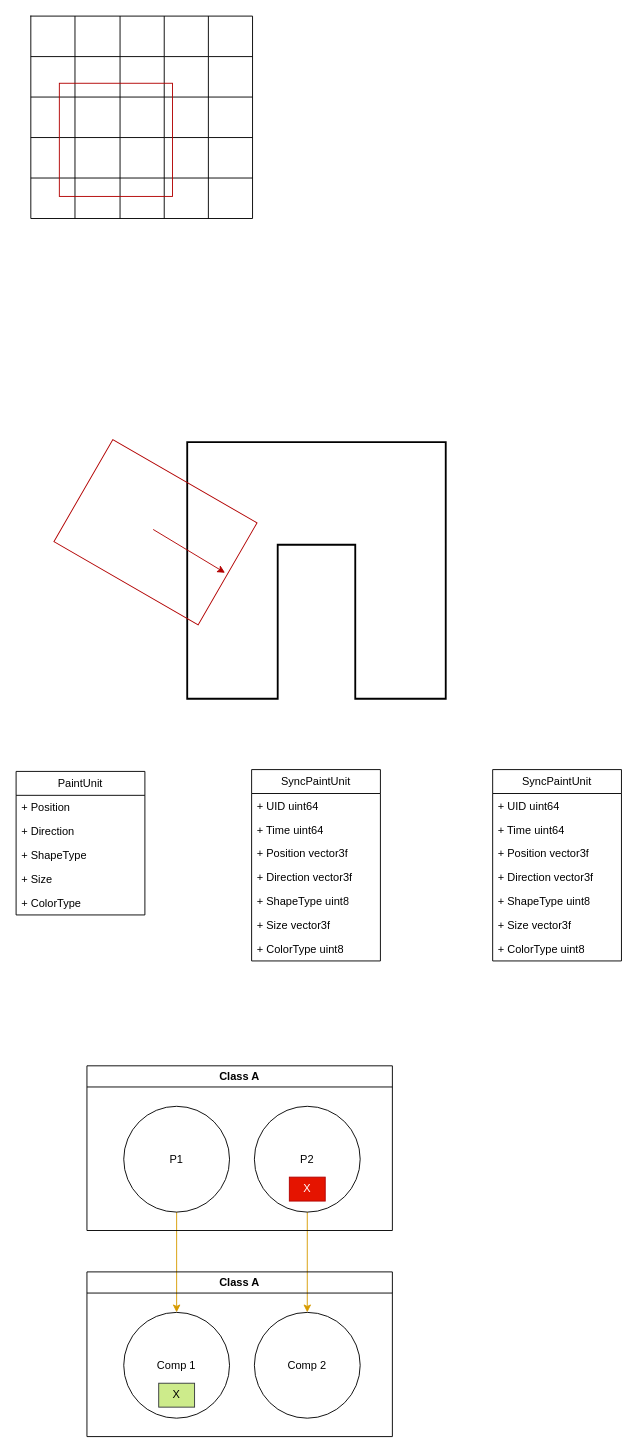
Before: 涂鸦乱斗.drawio in uniHk/UniverseofHK.github.io, a draw.io diagram. Source tidied: cells renumbered, new cells numbered last; positions are measured from the earlier drawing's top-left corner, leaving out a move shared by most shapes. Both pictures are drawn from the tidied source at 92%, with x=0, y=0 at pixel (16, 16).
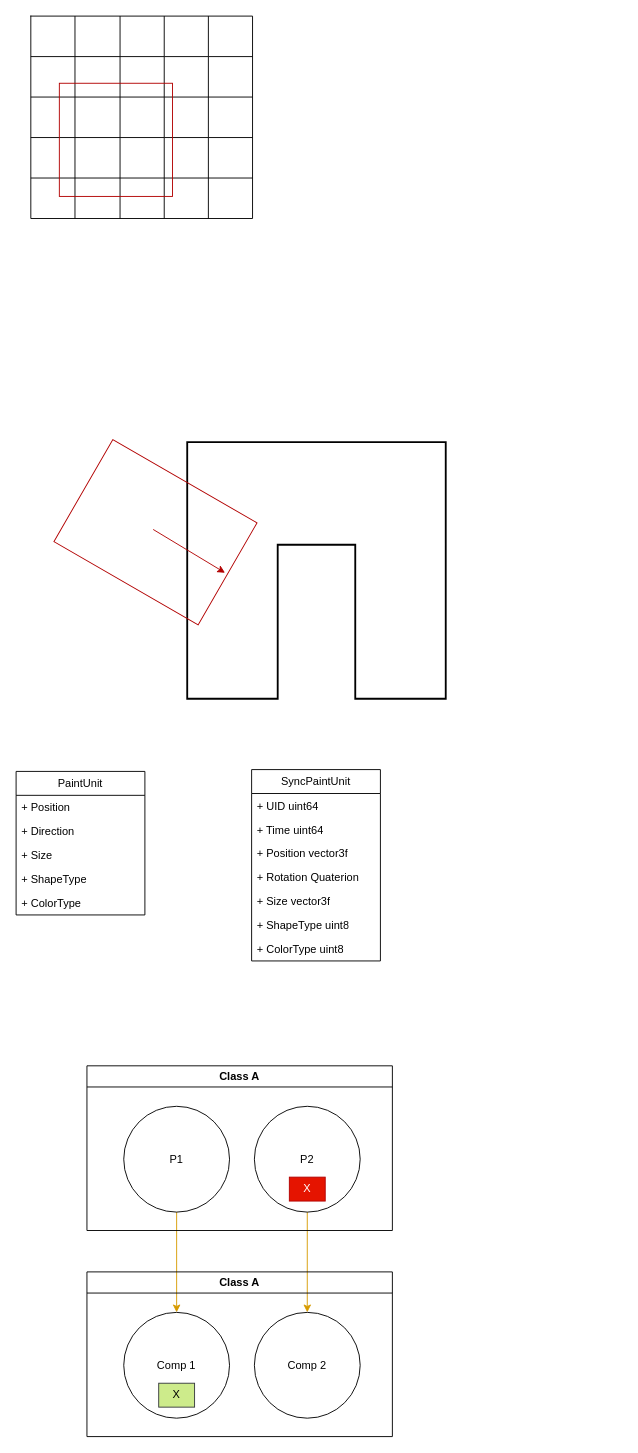
The same diagram, later.

Commit message:
更新涂鸦乱斗.drawio

The change refers to these unchanged cells:
```xml
<mxCell id="36" value="PaintUnit" style="swimlane;fontStyle=0;horizontal=1;startSize=26;fillColor=none;whiteSpace=wrap;html=1;" parent="1" vertex="1">
  <mxGeometry y="821" width="140" height="156" as="geometry" />
</mxCell>
<mxCell id="53" value="SyncPaintUnit" style="swimlane;fontStyle=0;horizontal=1;startSize=26;fillColor=none;whiteSpace=wrap;html=1;" parent="1" vertex="1">
  <mxGeometry x="256" y="819" width="140" height="208" as="geometry" />
</mxCell>
```

Diff of the diagram source:
```diff
@@
+    <mxCell id="40" value="+ Size" style="text;strokeColor=none;fillColor=none;align=left;verticalAlign=top;spacingLeft=4;spacingRight=4;overflow=hidden;whiteSpace=wrap;html=1;" parent="36" vertex="1">
+      <mxGeometry y="78" width="140" height="26" as="geometry" />
+    </mxCell>
     <mxCell id="39" value="+ ShapeType" style="text;strokeColor=none;fillColor=none;align=left;verticalAlign=top;spacingLeft=4;spacingRight=4;overflow=hidden;whiteSpace=wrap;html=1;" parent="36" vertex="1">
-      <mxGeometry y="78" width="140" height="26" as="geometry" />
+      <mxGeometry y="104" width="140" height="26" as="geometry" />
     </mxCell>
-    <mxCell id="40" value="+ Size" style="text;strokeColor=none;fillColor=none;align=left;verticalAlign=top;spacingLeft=4;spacingRight=4;overflow=hidden;whiteSpace=wrap;html=1;" parent="36" vertex="1">
-      <mxGeometry y="104" width="140" height="26" as="geometry" />
-    </mxCell>
@@
-    <mxCell id="57" value="+ Direction vector3f" style="text;strokeColor=none;fillColor=none;align=left;verticalAlign=top;spacingLeft=4;spacingRight=4;overflow=hidden;whiteSpace=wrap;html=1;" parent="53" vertex="1">
+    <mxCell id="57" value="+ Rotation Quaterion" style="text;strokeColor=none;fillColor=none;align=left;verticalAlign=top;spacingLeft=4;spacingRight=4;overflow=hidden;whiteSpace=wrap;html=1;" parent="53" vertex="1">
       <mxGeometry y="104" width="140" height="26" as="geometry" />
     </mxCell>
-    <mxCell id="58" value="+ ShapeType&amp;nbsp;uint8" style="text;strokeColor=none;fillColor=none;align=left;verticalAlign=top;spacingLeft=4;spacingRight=4;overflow=hidden;whiteSpace=wrap;html=1;" parent="53" vertex="1">
+    <mxCell id="58" value="+ Size vector3f" style="text;strokeColor=none;fillColor=none;align=left;verticalAlign=top;spacingLeft=4;spacingRight=4;overflow=hidden;whiteSpace=wrap;html=1;" parent="53" vertex="1">
       <mxGeometry y="130" width="140" height="26" as="geometry" />
     </mxCell>
-    <mxCell id="59" value="+&amp;nbsp;Size vector3f" style="text;strokeColor=none;fillColor=none;align=left;verticalAlign=top;spacingLeft=4;spacingRight=4;overflow=hidden;whiteSpace=wrap;html=1;" parent="53" vertex="1">
+    <mxCell id="59" value="+ ShapeType&amp;nbsp;uint8" style="text;strokeColor=none;fillColor=none;align=left;verticalAlign=top;spacingLeft=4;spacingRight=4;overflow=hidden;whiteSpace=wrap;html=1;" parent="53" vertex="1">
       <mxGeometry y="156" width="140" height="26" as="geometry" />
     </mxCell>
@@
-    <mxCell id="61" value="SyncPaintUnit" style="swimlane;fontStyle=0;horizontal=1;startSize=26;fillColor=none;whiteSpace=wrap;html=1;" parent="1" vertex="1">
-      <mxGeometry x="518" y="819" width="140" height="208" as="geometry" />
-    </mxCell>
-    <mxCell id="62" value="+ UID&amp;nbsp;uint64" style="text;strokeColor=none;fillColor=none;align=left;verticalAlign=top;spacingLeft=4;spacingRight=4;overflow=hidden;whiteSpace=wrap;html=1;" parent="61" vertex="1">
-      <mxGeometry y="26" width="140" height="26" as="geometry" />
-    </mxCell>
-    <mxCell id="63" value="+ Time&amp;nbsp;uint64" style="text;strokeColor=none;fillColor=none;align=left;verticalAlign=top;spacingLeft=4;spacingRight=4;overflow=hidden;whiteSpace=wrap;html=1;" parent="61" vertex="1">
-      <mxGeometry y="52" width="140" height="26" as="geometry" />
-    </mxCell>
-    <mxCell id="64" value="+ Position vector3f" style="text;strokeColor=none;fillColor=none;align=left;verticalAlign=top;spacingLeft=4;spacingRight=4;overflow=hidden;whiteSpace=wrap;html=1;" parent="61" vertex="1">
-      <mxGeometry y="78" width="140" height="26" as="geometry" />
-    </mxCell>
-    <mxCell id="65" value="+ Direction vector3f" style="text;strokeColor=none;fillColor=none;align=left;verticalAlign=top;spacingLeft=4;spacingRight=4;overflow=hidden;whiteSpace=wrap;html=1;" parent="61" vertex="1">
-      <mxGeometry y="104" width="140" height="26" as="geometry" />
-    </mxCell>
-    <mxCell id="66" value="+ ShapeType&amp;nbsp;uint8" style="text;strokeColor=none;fillColor=none;align=left;verticalAlign=top;spacingLeft=4;spacingRight=4;overflow=hidden;whiteSpace=wrap;html=1;" parent="61" vertex="1">
-      <mxGeometry y="130" width="140" height="26" as="geometry" />
-    </mxCell>
-    <mxCell id="67" value="+&amp;nbsp;Size vector3f" style="text;strokeColor=none;fillColor=none;align=left;verticalAlign=top;spacingLeft=4;spacingRight=4;overflow=hidden;whiteSpace=wrap;html=1;" parent="61" vertex="1">
-      <mxGeometry y="156" width="140" height="26" as="geometry" />
-    </mxCell>
-    <mxCell id="68" value="+&amp;nbsp;ColorType uint8" style="text;strokeColor=none;fillColor=none;align=left;verticalAlign=top;spacingLeft=4;spacingRight=4;overflow=hidden;whiteSpace=wrap;html=1;" parent="61" vertex="1">
-      <mxGeometry y="182" width="140" height="26" as="geometry" />
-    </mxCell>
```
